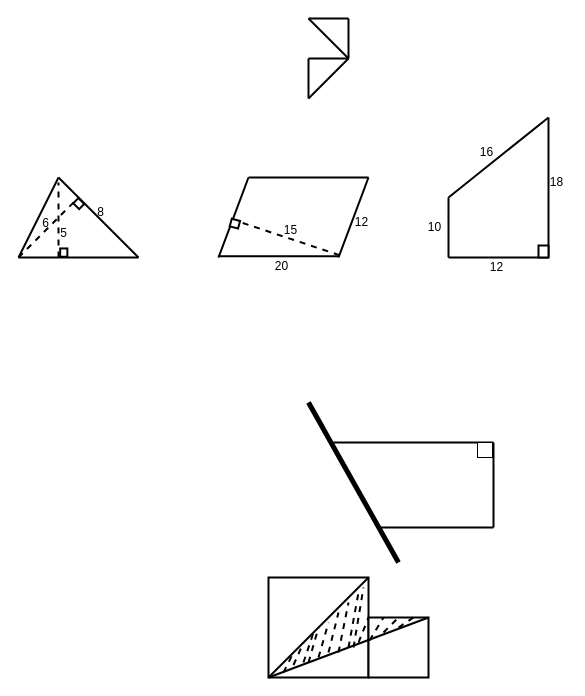
Before: Untitled Diagram.drawio in UTOUUCENTER-CD/Adv-Mathematics, a draw.io diagram. Source tidied: cells renumbered, new cells numbered last; positions are measured from the earlier drawing's top-left corner, leaving out a move shared by most shapes. Both pictures are drawn from the tidied source at 100%, with x=0, y=0 at pixel (18, 18).
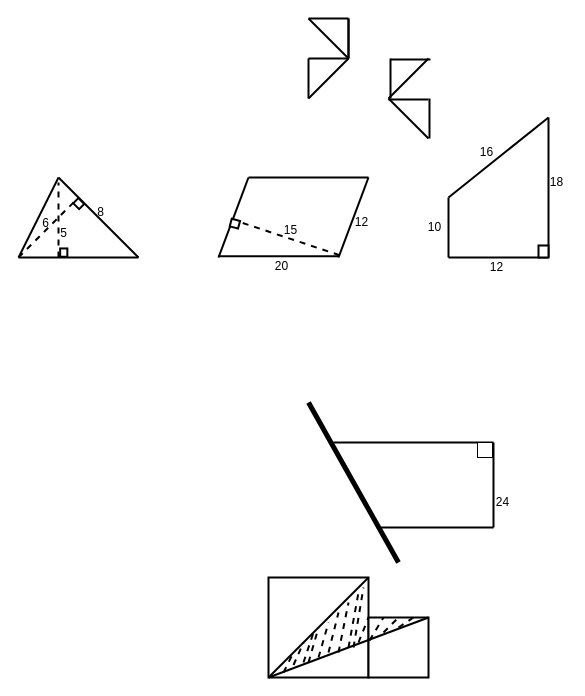
The same page after the edit.

Change to the diagram source:
```diff
@@
-    <mxCell id="2" style="endArrow=none;html=1;rounded=0;strokeWidth=2;" parent="1" edge="1">
-      <mxGeometry relative="1" as="geometry">
-        <mxPoint x="290" as="sourcePoint" />
-        <mxPoint x="330" as="targetPoint" />
-      </mxGeometry>
-    </mxCell>
@@
-    <mxCell id="4" style="endArrow=none;html=1;rounded=0;strokeWidth=2;" parent="1" edge="1">
-      <mxGeometry relative="1" as="geometry">
-        <mxPoint x="290" as="sourcePoint" />
-        <mxPoint x="330" y="40" as="targetPoint" />
-      </mxGeometry>
-    </mxCell>
@@
+    <mxCell id="58" value="24" style="text;html=1;align=center;verticalAlign=middle;strokeColor=none;fillColor=none;" parent="1" vertex="1">
+      <mxGeometry x="471" y="474" width="25" height="20" as="geometry" />
+    </mxCell>
+    <mxCell id="2" style="endArrow=none;html=1;rounded=0;strokeWidth=2;" parent="1" edge="1">
+      <mxGeometry relative="1" as="geometry">
+        <mxPoint x="290" as="sourcePoint" />
+        <mxPoint x="330" as="targetPoint" />
+      </mxGeometry>
+    </mxCell>
+    <mxCell id="4" style="endArrow=none;html=1;rounded=0;strokeWidth=2;" parent="1" edge="1">
+      <mxGeometry relative="1" as="geometry">
+        <mxPoint x="290" as="sourcePoint" />
+        <mxPoint x="330" y="40" as="targetPoint" />
+      </mxGeometry>
+    </mxCell>
+    <mxCell id="59" style="endArrow=none;html=1;rounded=0;strokeWidth=2;" parent="1" edge="1">
+      <mxGeometry relative="1" as="geometry">
+        <mxPoint x="330" y="40" as="sourcePoint" />
+        <mxPoint x="330" as="targetPoint" />
+      </mxGeometry>
+    </mxCell>
+    <mxCell id="60" style="group;" parent="1" vertex="1">
+      <mxGeometry x="370" y="40" width="42" height="80" as="geometry" />
+    </mxCell>
+    <mxCell id="61" style="endArrow=none;html=1;rounded=0;strokeWidth=2;" parent="60" edge="1">
+      <mxGeometry relative="1" as="geometry">
+        <mxPoint x="2" y="40" as="sourcePoint" />
+        <mxPoint x="2" as="targetPoint" />
+      </mxGeometry>
+    </mxCell>
+    <mxCell id="62" style="endArrow=none;html=1;rounded=0;strokeWidth=2;" parent="60" edge="1">
+      <mxGeometry relative="1" as="geometry">
+        <mxPoint x="2" y="1" as="sourcePoint" />
+        <mxPoint x="42" y="1" as="targetPoint" />
+      </mxGeometry>
+    </mxCell>
+    <mxCell id="63" style="endArrow=none;html=1;rounded=0;strokeWidth=2;" parent="60" edge="1">
+      <mxGeometry relative="1" as="geometry">
+        <mxPoint x="40" as="sourcePoint" />
+        <mxPoint y="40" as="targetPoint" />
+      </mxGeometry>
+    </mxCell>
+    <mxCell id="64" style="endArrow=none;html=1;rounded=0;strokeWidth=2;" parent="60" edge="1">
+      <mxGeometry relative="1" as="geometry">
+        <mxPoint y="41" as="sourcePoint" />
+        <mxPoint x="40" y="41" as="targetPoint" />
+      </mxGeometry>
+    </mxCell>
+    <mxCell id="65" style="endArrow=none;html=1;rounded=0;strokeWidth=2;" parent="60" edge="1">
+      <mxGeometry relative="1" as="geometry">
+        <mxPoint x="41" y="40" as="sourcePoint" />
+        <mxPoint x="41" y="80" as="targetPoint" />
+      </mxGeometry>
+    </mxCell>
+    <mxCell id="66" style="endArrow=none;html=1;rounded=0;strokeWidth=2;" parent="60" edge="1">
+      <mxGeometry relative="1" as="geometry">
+        <mxPoint y="40" as="sourcePoint" />
+        <mxPoint x="40" y="80" as="targetPoint" />
+      </mxGeometry>
+    </mxCell>
```
